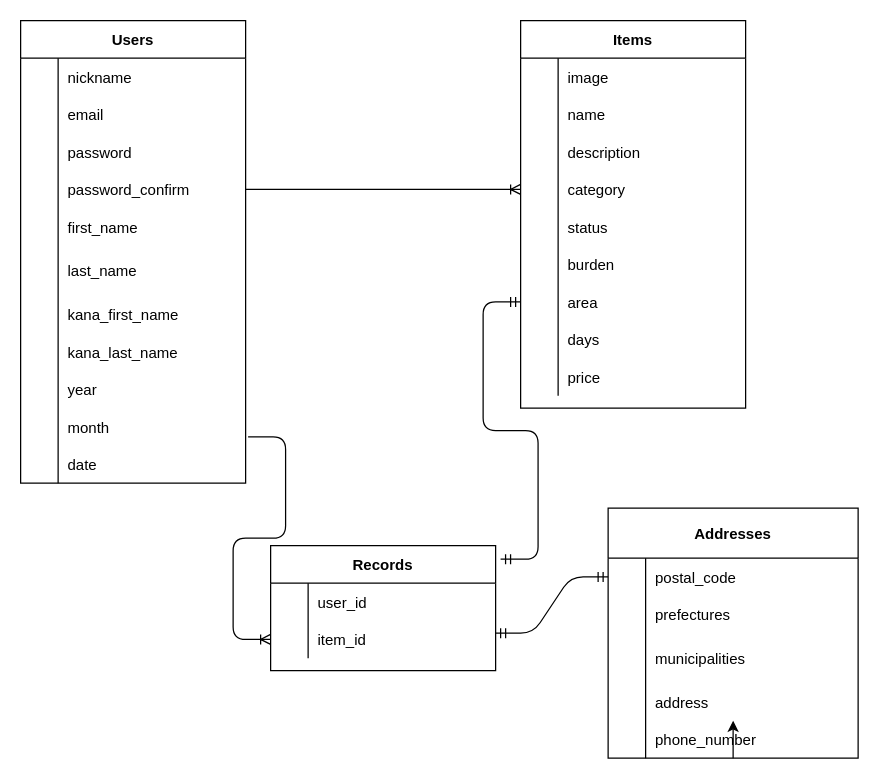
Above: furima-35707.dio in fujiwarayuuki0211/furima-35707 (draw.io), before the change. Source tidied: cells renumbered, new cells numbered last; positions are measured from the earlier drawing's top-left corner, leaving out a move shared by most shapes. Both pictures are drawn from the tidied source at 125%, with x=0, y=0 at pixel (20, 20).
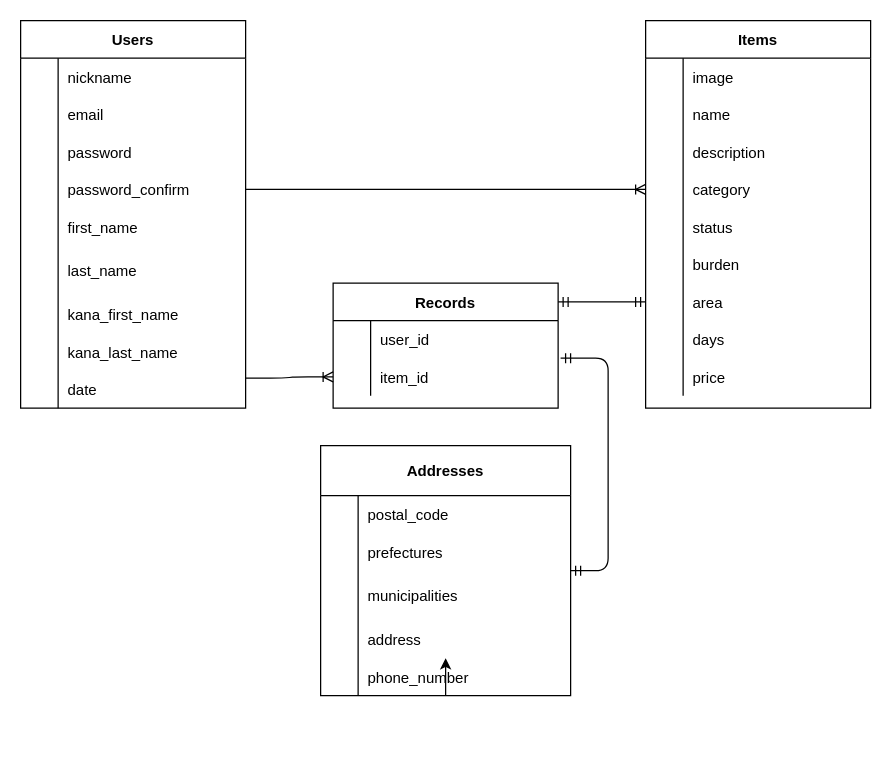
After the change.

Commit message (it also covers changes not shown here):
テーブル設計の修正

Unchanged cells that the change refers to:
```xml
<mxCell id="55" style="shape=partialRectangle;fillColor=none;top=0;left=0;bottom=0;right=0;points=[[0,0.5],[1,0.5]];portConstraint=eastwest;" parent="36" vertex="1">
  <mxGeometry y="210" width="180" height="30" as="geometry" />
</mxCell>
<mxCell id="68" style="shape=partialRectangle;fillColor=none;top=0;left=0;bottom=0;right=0;points=[[0,0.5],[1,0.5]];portConstraint=eastwest;" parent="64" vertex="1">
  <mxGeometry y="60" width="180" height="30" as="geometry" />
</mxCell>
<mxCell id="72" style="shape=partialRectangle;fillColor=none;top=0;left=0;bottom=0;right=0;points=[[0,0.5],[1,0.5]];portConstraint=eastwest;" parent="71" vertex="1">
  <mxGeometry y="40" width="200" height="30" as="geometry" />
</mxCell>
```

Diff of the diagram source:
```diff
@@
     <mxCell id="2" value="Users" style="shape=table;startSize=30;childLayout=tableLayout;rowLines=0;fontStyle=1;align=center;" parent="1" vertex="1">
-      <mxGeometry width="180" height="370" as="geometry" />
+      <mxGeometry width="180" height="310" as="geometry" />
     </mxCell>
@@
-    <mxCell id="27" style="shape=partialRectangle;fillColor=none;top=0;left=0;bottom=0;right=0;" parent="2" vertex="1">
-      <mxGeometry y="280" width="180" height="30" as="geometry" />
-    </mxCell>
-    <mxCell id="28" style="shape=partialRectangle;fillColor=none;top=0;left=0;bottom=0;right=0;overflow=hidden;" parent="27" vertex="1">
-      <mxGeometry width="30" height="30" as="geometry" />
-    </mxCell>
-    <mxCell id="29" value="year" style="shape=partialRectangle;fillColor=none;top=0;left=0;bottom=0;right=0;align=left;spacingLeft=6;overflow=hidden;" parent="27" vertex="1">
-      <mxGeometry x="30" width="150" height="30" as="geometry" />
-    </mxCell>
-    <mxCell id="30" style="shape=partialRectangle;fillColor=none;top=0;left=0;bottom=0;right=0;points=[[0,0.5],[1,0.5]];portConstraint=eastwest;" parent="2" vertex="1">
-      <mxGeometry y="310" width="180" height="30" as="geometry" />
-    </mxCell>
-    <mxCell id="31" style="shape=partialRectangle;fillColor=none;top=0;left=0;bottom=0;right=0;overflow=hidden;" parent="30" vertex="1">
-      <mxGeometry width="30" height="30" as="geometry" />
-    </mxCell>
-    <mxCell id="32" value="month" style="shape=partialRectangle;fillColor=none;top=0;left=0;bottom=0;right=0;align=left;spacingLeft=6;overflow=hidden;" parent="30" vertex="1">
-      <mxGeometry x="30" width="150" height="30" as="geometry" />
-    </mxCell>
     <mxCell id="33" style="shape=partialRectangle;fillColor=none;top=0;left=0;bottom=0;right=0;" parent="2" vertex="1">
-      <mxGeometry y="340" width="180" height="30" as="geometry" />
+      <mxGeometry y="280" width="180" height="30" as="geometry" />
     </mxCell>
@@
     <mxCell id="36" value="Items" style="shape=table;startSize=30;childLayout=tableLayout;rowLines=0;fontStyle=1;align=center;" parent="1" vertex="1">
-      <mxGeometry x="400" width="180" height="310" as="geometry" />
+      <mxGeometry x="500" width="180" height="310" as="geometry" />
     </mxCell>
@@
     <mxCell id="64" value="Records" style="shape=table;startSize=30;childLayout=tableLayout;rowLines=0;fontStyle=1;align=center;" parent="1" vertex="1">
-      <mxGeometry x="200" y="420" width="180" height="100" as="geometry" />
+      <mxGeometry x="250" y="210" width="180" height="100" as="geometry" />
     </mxCell>
@@
     <mxCell id="71" value="Addresses" style="shape=table;startSize=40;childLayout=tableLayout;rowLines=0;fontStyle=1;align=center;" parent="1" vertex="1">
-      <mxGeometry x="470" y="390" width="200" height="200" as="geometry" />
+      <mxGeometry x="240" y="340" width="200" height="200" as="geometry" />
     </mxCell>
@@
-    <mxCell id="89" style="edgeStyle=entityRelationEdgeStyle;fontSize=12;html=1;endArrow=ERoneToMany;exitX=1.011;exitY=0.767;exitDx=0;exitDy=0;exitPerimeter=0;" parent="1" edge="1" source="30" target="68">
-      <mxGeometry relative="1" as="geometry" />
+    <mxCell id="89" style="edgeStyle=entityRelationEdgeStyle;fontSize=12;html=1;endArrow=ERoneToMany;exitX=1;exitY=0.2;exitDx=0;exitDy=0;exitPerimeter=0;" parent="1" edge="1" target="68">
+      <mxGeometry relative="1" as="geometry">
+        <mxPoint x="180" y="286" as="sourcePoint" />
+      </mxGeometry>
     </mxCell>
-    <mxCell id="90" style="edgeStyle=entityRelationEdgeStyle;fontSize=12;html=1;endArrow=ERmandOne;startArrow=ERmandOne;entryX=0;entryY=0.5;entryDx=0;entryDy=0;exitX=1.022;exitY=0.108;exitDx=0;exitDy=0;exitPerimeter=0;" parent="1" edge="1" source="64" target="55">
-      <mxGeometry relative="1" as="geometry" />
+    <mxCell id="90" style="edgeStyle=entityRelationEdgeStyle;fontSize=12;html=1;endArrow=ERmandOne;startArrow=ERmandOne;entryX=0;entryY=0.5;entryDx=0;entryDy=0;" parent="1" edge="1" target="55">
+      <mxGeometry relative="1" as="geometry">
+        <mxPoint x="430" y="225" as="sourcePoint" />
+      </mxGeometry>
     </mxCell>
-    <mxCell id="91" style="edgeStyle=entityRelationEdgeStyle;fontSize=12;html=1;endArrow=ERmandOne;startArrow=ERmandOne;entryX=0;entryY=0.5;entryDx=0;entryDy=0;" parent="1" edge="1" target="72">
-      <mxGeometry relative="1" as="geometry">
-        <mxPoint x="380" y="490" as="sourcePoint" />
-      </mxGeometry>
+    <mxCell id="91" style="edgeStyle=entityRelationEdgeStyle;fontSize=12;html=1;endArrow=ERmandOne;startArrow=ERmandOne;exitX=1.011;exitY=0;exitDx=0;exitDy=0;exitPerimeter=0;" parent="1" edge="1" source="68" target="71">
+      <mxGeometry relative="1" as="geometry" />
     </mxCell>
```
